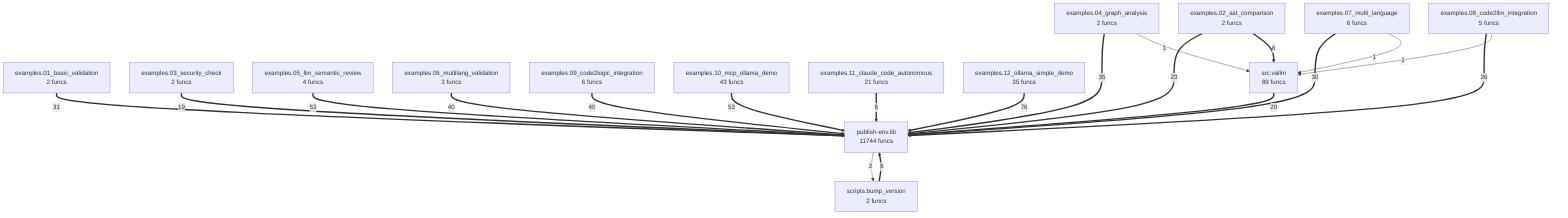
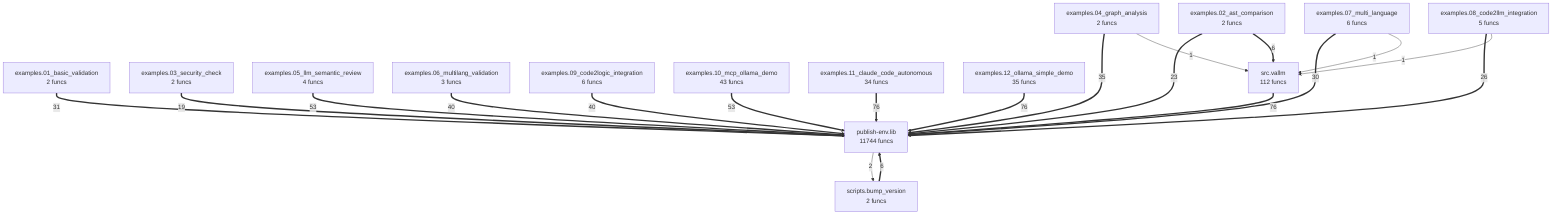
flowchart TD
    examples_01_basic_validation["examples.01_basic_validation<br/>2 funcs"]
    examples_02_ast_comparison["examples.02_ast_comparison<br/>2 funcs"]
    examples_03_security_check["examples.03_security_check<br/>2 funcs"]
    examples_04_graph_analysis["examples.04_graph_analysis<br/>2 funcs"]
    examples_05_llm_semantic_review["examples.05_llm_semantic_review<br/>4 funcs"]
    examples_06_multilang_validation["examples.06_multilang_validation<br/>3 funcs"]
    examples_07_multi_language["examples.07_multi_language<br/>6 funcs"]
    examples_08_code2llm_integration["examples.08_code2llm_integration<br/>5 funcs"]
    examples_09_code2logic_integration["examples.09_code2logic_integration<br/>6 funcs"]
    examples_10_mcp_ollama_demo["examples.10_mcp_ollama_demo<br/>43 funcs"]
-     examples_11_claude_code_autonomous["examples.11_claude_code_autonomous<br/>21 funcs"]
+     examples_11_claude_code_autonomous["examples.11_claude_code_autonomous<br/>34 funcs"]
    examples_12_ollama_simple_demo["examples.12_ollama_simple_demo<br/>35 funcs"]
    publish_env_lib["publish-env.lib<br/>11744 funcs"]
    scripts_bump_version["scripts.bump_version<br/>2 funcs"]
-     src_vallm["src.vallm<br/>89 funcs"]
+     src_vallm["src.vallm<br/>112 funcs"]
+     src_vallm ==>|76| publish_env_lib
    examples_12_ollama_simple_demo ==>|76| publish_env_lib
+     examples_11_claude_code_autonomous ==>|76| publish_env_lib
    examples_05_llm_semantic_review ==>|53| publish_env_lib
    examples_10_mcp_ollama_demo ==>|53| publish_env_lib
    examples_09_code2logic_integration ==>|40| publish_env_lib
    examples_06_multilang_validation ==>|40| publish_env_lib
    examples_04_graph_analysis ==>|35| publish_env_lib
    examples_01_basic_validation ==>|31| publish_env_lib
    examples_07_multi_language ==>|30| publish_env_lib
    examples_08_code2llm_integration ==>|26| publish_env_lib
    examples_02_ast_comparison ==>|23| publish_env_lib
-     src_vallm ==>|20| publish_env_lib
    examples_03_security_check ==>|19| publish_env_lib
    scripts_bump_version ==>|6| publish_env_lib
    examples_02_ast_comparison ==>|6| src_vallm
-     examples_11_claude_code_autonomous ==>|6| publish_env_lib
    publish_env_lib -->|2| scripts_bump_version
    examples_04_graph_analysis -->|1| src_vallm
    examples_07_multi_language -->|1| src_vallm
    examples_08_code2llm_integration -->|1| src_vallm
